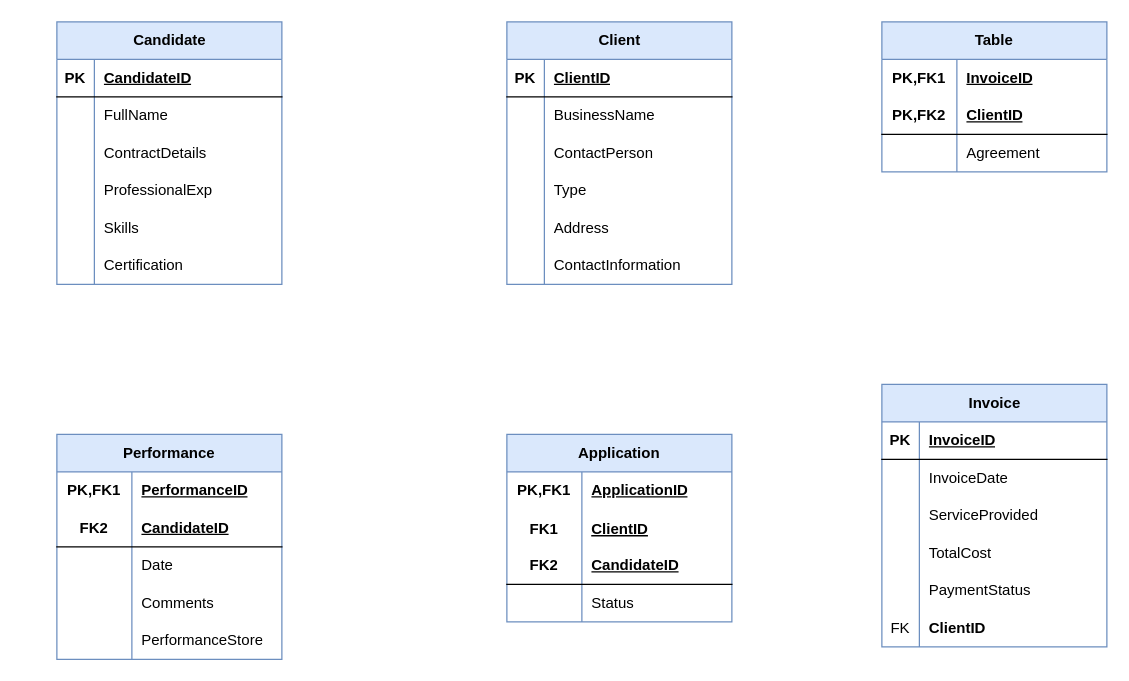
Above: Untitled Diagram.drawio in JPGR11/DataBaseCompetition (draw.io), before the change. Source tidied: cells renumbered, new cells numbered last; positions are measured from the earlier drawing's top-left corner, leaving out a move shared by most shapes. Both pictures are drawn from the tidied source at 125%, with x=0, y=0 at pixel (56, 21).
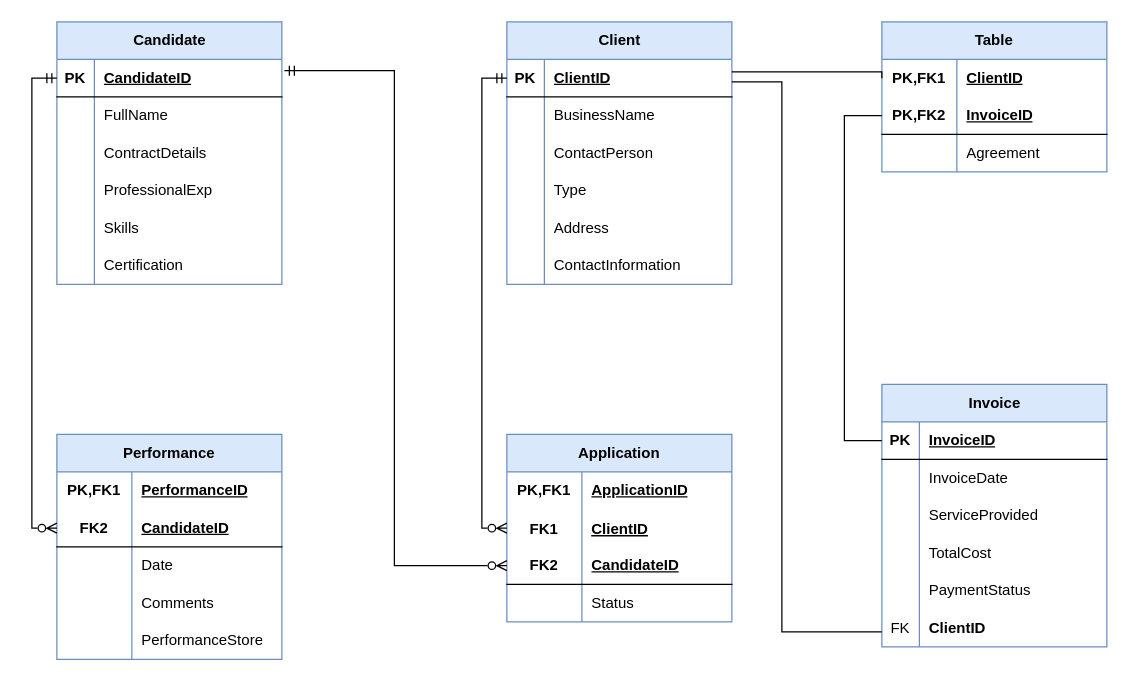
The same diagram, later.

Unchanged cells that the change refers to:
```xml
<mxCell id="3" style="shape=tableRow;horizontal=0;startSize=0;swimlaneHead=0;swimlaneBody=0;fillColor=none;points=[[0,0.5],[1,0.5]];portConstraint=eastwest;top=0;left=0;right=0;bottom=1;" parent="2" vertex="1">
  <mxGeometry y="30" width="180" height="30" as="geometry" />
</mxCell>
<mxCell id="22" style="shape=tableRow;horizontal=0;startSize=0;swimlaneHead=0;swimlaneBody=0;fillColor=none;points=[[0,0.5],[1,0.5]];portConstraint=eastwest;top=0;left=0;right=0;bottom=1;" parent="21" vertex="1">
  <mxGeometry y="30" width="180" height="30" as="geometry" />
</mxCell>
<mxCell id="41" style="shape=tableRow;horizontal=0;startSize=0;swimlaneHead=0;swimlaneBody=0;fillColor=none;points=[[0,0.5],[1,0.5]];portConstraint=eastwest;top=0;left=0;right=0;bottom=1;" parent="40" vertex="1">
  <mxGeometry y="30" width="180" height="30" as="geometry" />
</mxCell>
<mxCell id="56" style="shape=tableRow;horizontal=0;startSize=0;swimlaneHead=0;swimlaneBody=0;fillColor=none;points=[[0,0.5],[1,0.5]];portConstraint=eastwest;top=0;left=0;right=0;bottom=0;" parent="40" vertex="1">
  <mxGeometry y="180" width="180" height="30" as="geometry" />
</mxCell>
<mxCell id="60" style="shape=tableRow;horizontal=0;startSize=0;swimlaneHead=0;swimlaneBody=0;fillColor=none;points=[[0,0.5],[1,0.5]];portConstraint=eastwest;top=0;left=0;right=0;bottom=0;html=1;" parent="59" vertex="1">
  <mxGeometry y="30" width="180" height="30" as="geometry" />
</mxCell>
<mxCell id="63" style="shape=tableRow;horizontal=0;startSize=0;swimlaneHead=0;swimlaneBody=0;fillColor=none;points=[[0,0.5],[1,0.5]];portConstraint=eastwest;top=0;left=0;right=0;bottom=1;html=1;" parent="59" vertex="1">
  <mxGeometry y="60" width="180" height="30" as="geometry" />
</mxCell>
<mxCell id="73" style="shape=tableRow;horizontal=0;startSize=0;swimlaneHead=0;swimlaneBody=0;fillColor=none;points=[[0,0.5],[1,0.5]];portConstraint=eastwest;top=0;left=0;right=0;bottom=0;" parent="69" vertex="1">
  <mxGeometry y="60" width="180" height="30" as="geometry" />
</mxCell>
<mxCell id="76" style="shape=tableRow;horizontal=0;startSize=0;swimlaneHead=0;swimlaneBody=0;fillColor=none;points=[[0,0.5],[1,0.5]];portConstraint=eastwest;top=0;left=0;right=0;bottom=1;html=1;" parent="69" vertex="1">
  <mxGeometry y="90" width="180" height="30" as="geometry" />
</mxCell>
<mxCell id="86" style="shape=tableRow;horizontal=0;startSize=0;swimlaneHead=0;swimlaneBody=0;fillColor=none;points=[[0,0.5],[1,0.5]];portConstraint=eastwest;top=0;left=0;right=0;bottom=1;html=1;" parent="82" vertex="1">
  <mxGeometry y="60" width="180" height="30" as="geometry" />
</mxCell>
```

The edit, as a diff of the source:
```diff
@@
-    <mxCell id="62" value="InvoiceID" style="shape=partialRectangle;fillColor=none;top=0;left=0;bottom=0;right=0;align=left;spacingLeft=6;fontStyle=5;overflow=hidden;html=1;whiteSpace=wrap;" parent="60" vertex="1">
+    <mxCell id="62" value="ClientID" style="shape=partialRectangle;fillColor=none;top=0;left=0;bottom=0;right=0;align=left;spacingLeft=6;fontStyle=5;overflow=hidden;html=1;whiteSpace=wrap;" parent="60" vertex="1">
       <mxGeometry x="60" width="120" height="30" as="geometry" />
     </mxCell>
@@
-    <mxCell id="65" value="ClientID" style="shape=partialRectangle;fillColor=none;top=0;left=0;bottom=0;right=0;align=left;spacingLeft=6;fontStyle=5;overflow=hidden;html=1;whiteSpace=wrap;" parent="63" vertex="1">
+    <mxCell id="65" value="InvoiceID" style="shape=partialRectangle;fillColor=none;top=0;left=0;bottom=0;right=0;align=left;spacingLeft=6;fontStyle=5;overflow=hidden;html=1;whiteSpace=wrap;" parent="63" vertex="1">
       <mxGeometry x="60" width="120" height="30" as="geometry" />
     </mxCell>
@@
+    <mxCell id="98" style="edgeStyle=orthogonalEdgeStyle;rounded=0;jettySize=auto;html=1;exitX=0;exitY=0.5;exitDx=0;exitDy=0;entryX=0;entryY=0.5;entryDx=0;entryDy=0;endArrow=ERzeroToMany;endFill=0;startArrow=ERmandOne;startFill=0;" parent="1" edge="1" source="3" target="86">
+      <mxGeometry relative="1" as="geometry">
+        <Array as="points">
+          <mxPoint x="-20" y="45" />
+          <mxPoint x="-20" y="405" />
+        </Array>
+      </mxGeometry>
+    </mxCell>
+    <mxCell id="99" style="edgeStyle=orthogonalEdgeStyle;rounded=0;jettySize=auto;html=1;exitX=0;exitY=0.5;exitDx=0;exitDy=0;entryX=0;entryY=0.5;entryDx=0;entryDy=0;endArrow=ERzeroToMany;endFill=0;startArrow=ERmandOne;startFill=0;" parent="1" edge="1" source="22" target="73">
+      <mxGeometry relative="1" as="geometry" />
+    </mxCell>
+    <mxCell id="100" style="edgeStyle=orthogonalEdgeStyle;rounded=0;jettySize=auto;html=1;exitX=0;exitY=0.5;exitDx=0;exitDy=0;entryX=1.011;entryY=0.3;entryDx=0;entryDy=0;entryPerimeter=0;endArrow=ERmandOne;endFill=0;startArrow=ERzeroToMany;startFill=0;" parent="1" edge="1" source="76" target="3">
+      <mxGeometry relative="1" as="geometry" />
+    </mxCell>
+    <mxCell id="101" style="edgeStyle=orthogonalEdgeStyle;rounded=0;jettySize=auto;html=1;entryX=1;entryY=0.5;entryDx=0;entryDy=0;endArrow=none;endFill=0;" parent="1" edge="1" source="56">
+      <mxGeometry relative="1" as="geometry">
+        <mxPoint x="540" y="48" as="targetPoint" />
+        <Array as="points">
+          <mxPoint x="580" y="488" />
+          <mxPoint x="580" y="48" />
+        </Array>
+      </mxGeometry>
+    </mxCell>
+    <mxCell id="102" style="edgeStyle=orthogonalEdgeStyle;rounded=0;jettySize=auto;html=1;entryX=0;entryY=0.5;entryDx=0;entryDy=0;endArrow=none;endFill=0;" parent="1" edge="1" source="22" target="60">
+      <mxGeometry relative="1" as="geometry">
+        <Array as="points">
+          <mxPoint x="660" y="40" />
+        </Array>
+      </mxGeometry>
+    </mxCell>
+    <mxCell id="103" style="edgeStyle=orthogonalEdgeStyle;rounded=0;jettySize=auto;html=1;entryX=0;entryY=0.5;entryDx=0;entryDy=0;endArrow=none;endFill=0;" parent="1" edge="1" source="63" target="41">
+      <mxGeometry relative="1" as="geometry">
+        <Array as="points">
+          <mxPoint x="630" y="75" />
+          <mxPoint x="630" y="335" />
+        </Array>
+      </mxGeometry>
+    </mxCell>
```
